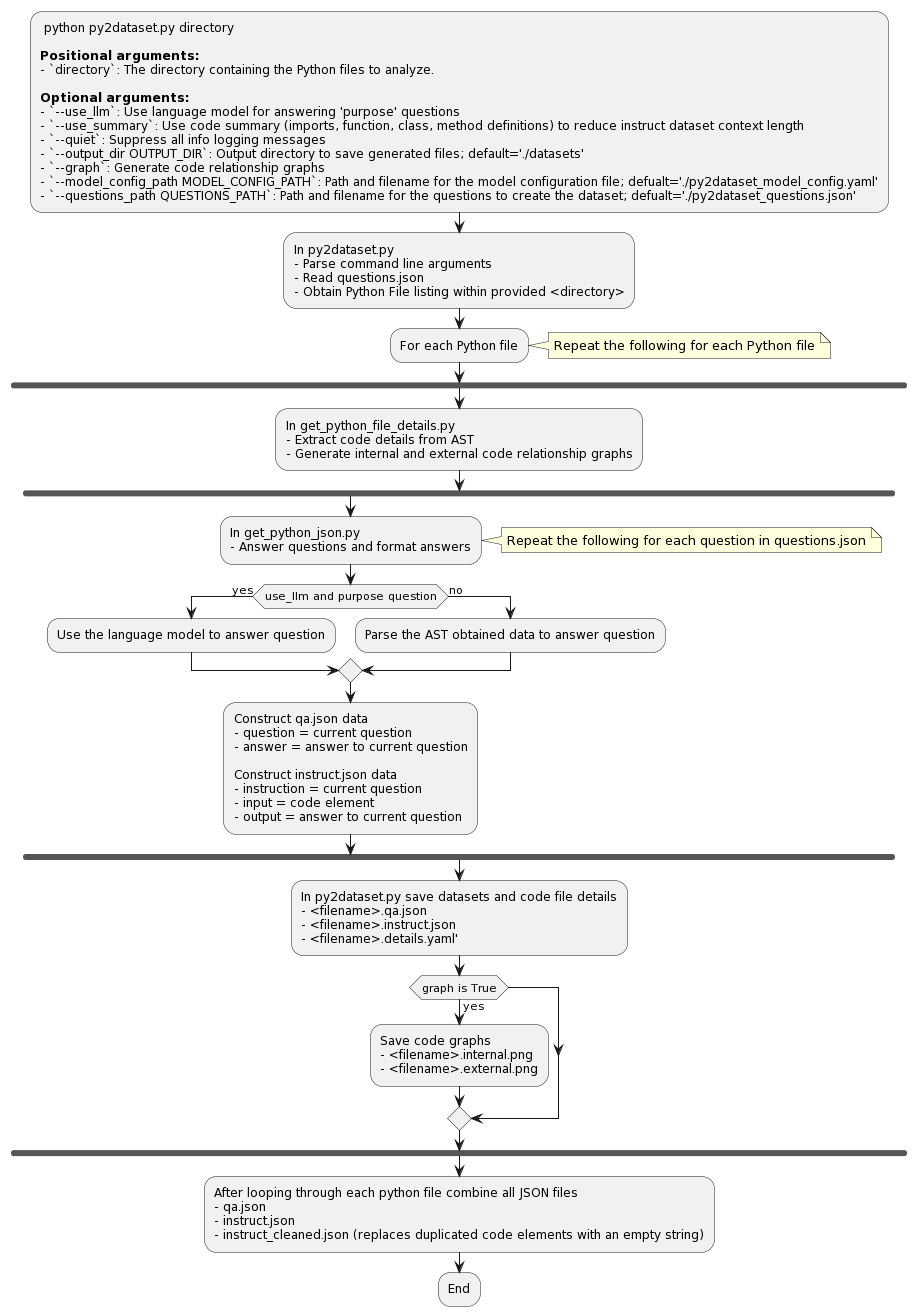
jeffmeloy/py2dataset keeps this PlantUML diagram as py2dataset.png. Above is the earlier version.
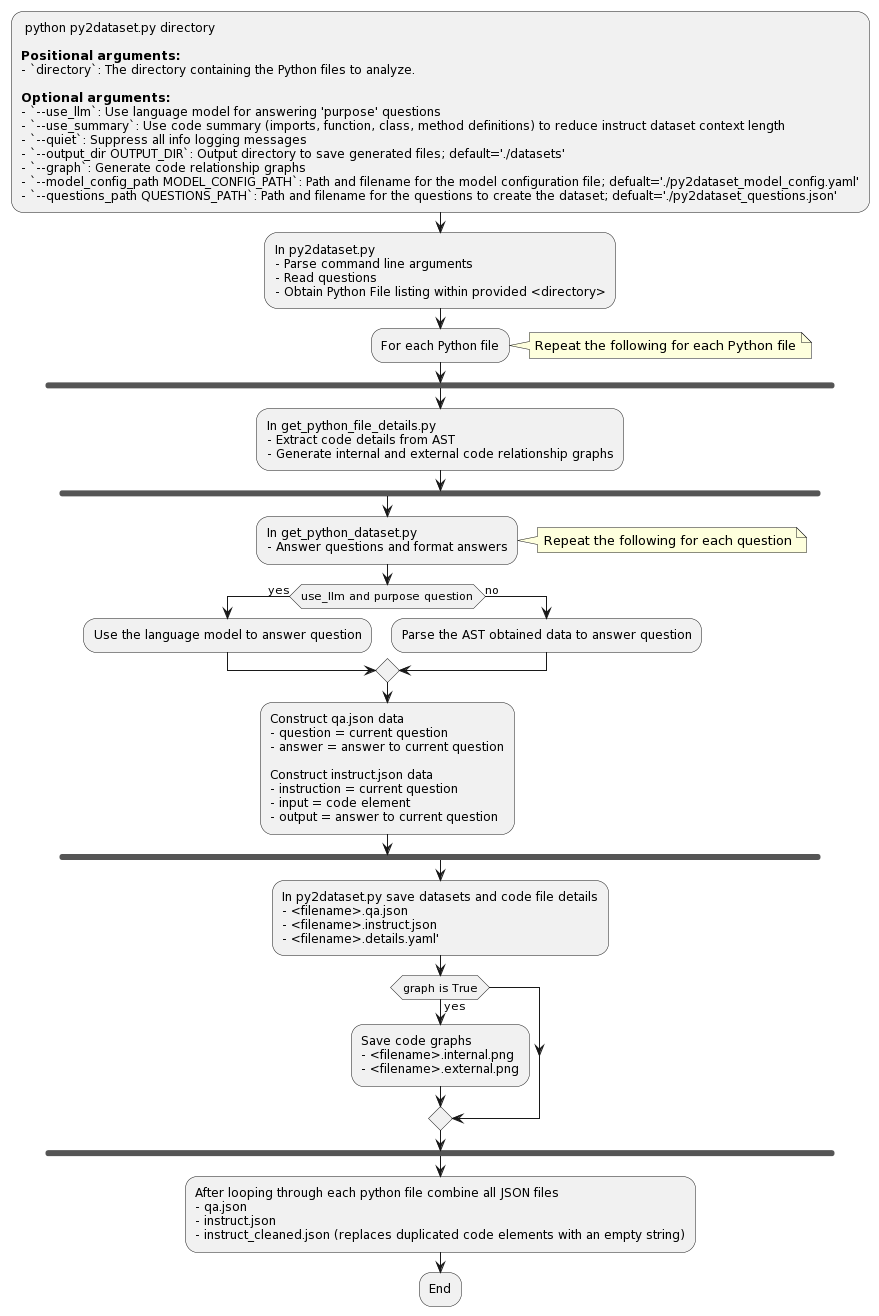
The same file after the commit.

Change to the diagram source:
```diff
@@ -14,7 +14,7 @@
 - `--questions_path QUESTIONS_PATH`: Path and filename for the questions to create the dataset; defualt='./py2dataset_questions.json';
 :In py2dataset.py
 - Parse command line arguments
-- Read questions.json
+- Read questions
 - Obtain Python File listing within provided <directory>;
 :For each Python file;
 note right
@@ -25,10 +25,10 @@
     - Extract code details from AST
     - Generate internal and external code relationship graphs;
     fork
-        :In get_python_json.py
+        :In get_python_dataset.py
         - Answer questions and format answers;
         note right
-        Repeat the following for each question in questions.json
+        Repeat the following for each question
         end note
         if (use_llm and purpose question) then (yes)
             :Use the language model to answer question;
```
